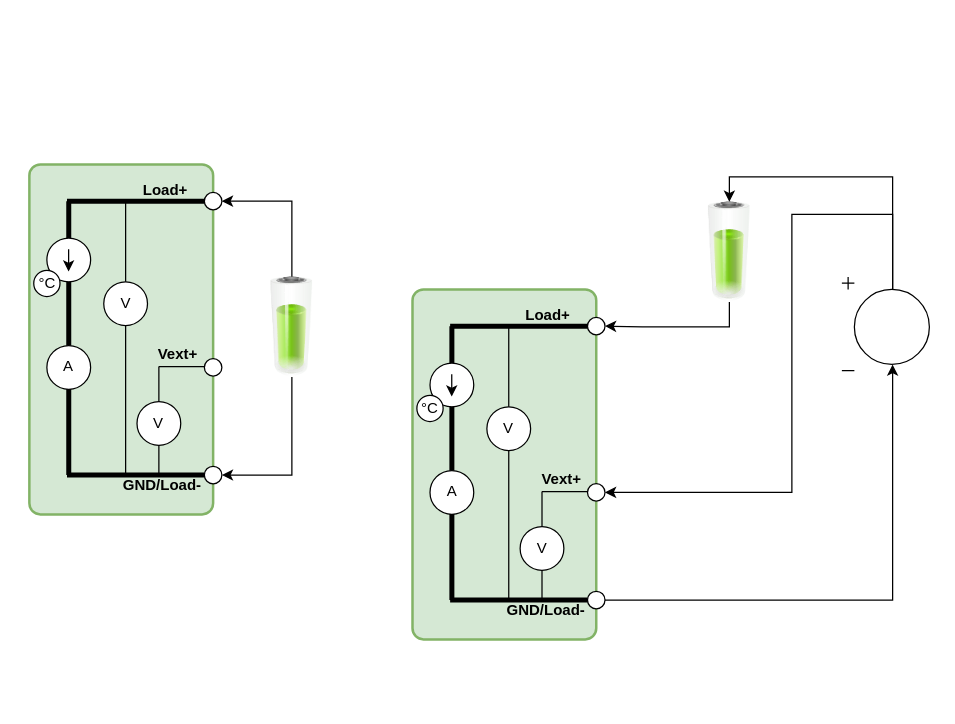
Above: page "Example Usecases" (3 of 3) of documentation/CCS-block-diagram.drawio in RedlabsDE/Digital-DC-Load (draw.io), before the change. Source tidied: cells renumbered, new cells numbered last; positions are measured from the earlier drawing's top-left corner, leaving out a move shared by most shapes. Both pictures are drawn from the tidied source at 125%, with x=0, y=0 at pixel (29, 164). Pictures stored in the file or linked from it are replaced by grey dashed boxes.
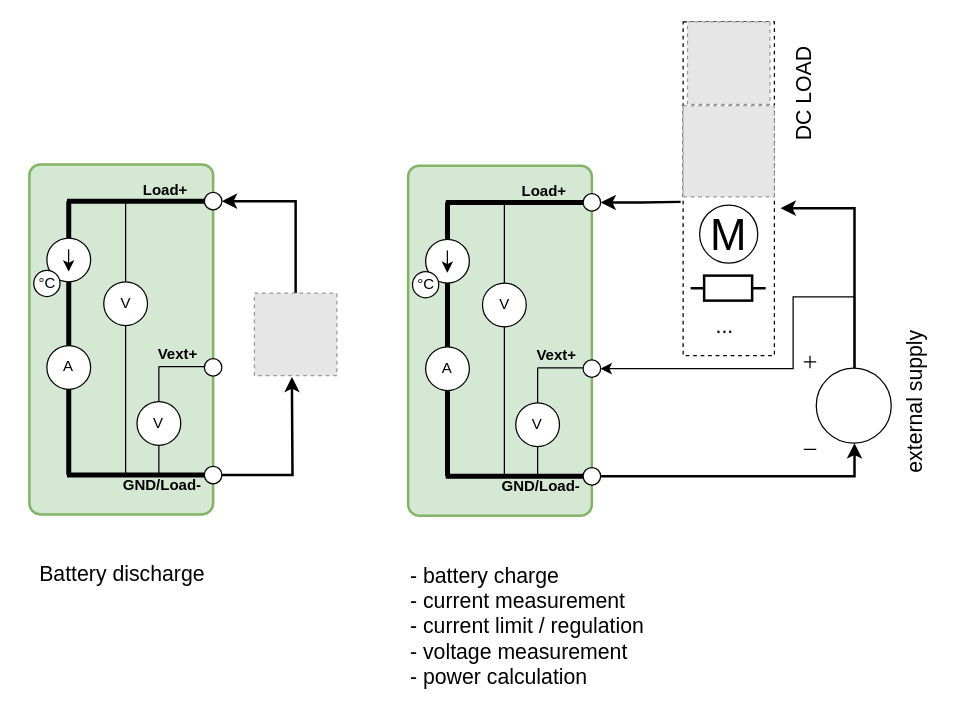
The same diagram, later.

The change refers to these unchanged cells:
```xml
<mxCell id="25" style="ellipse;whiteSpace=wrap;html=1;labelBackgroundColor=none;labelBorderColor=none;fontSize=10;fontColor=default;" parent="2" vertex="1">
  <mxGeometry x="140" y="22.4" width="14" height="14" as="geometry" />
</mxCell>
<mxCell id="27" style="ellipse;whiteSpace=wrap;html=1;labelBackgroundColor=none;labelBorderColor=none;fontSize=10;fontColor=default;" parent="2" vertex="1">
  <mxGeometry x="140" y="241.5" width="14" height="14" as="geometry" />
</mxCell>
<mxCell id="37" value="V" style="ellipse;whiteSpace=wrap;html=1;" parent="36" vertex="1">
  <mxGeometry width="35" height="35" as="geometry" />
</mxCell>
```

Change to the diagram source:
```diff
@@
-    <mxCell id="28" style="edgeStyle=orthogonalEdgeStyle;rounded=0;jettySize=auto;html=1;entryX=1;entryY=0.5;entryDx=0;entryDy=0;fontSize=10;fontColor=default;exitX=0.5;exitY=1;exitDx=0;exitDy=0;" parent="1" edge="1" source="30" target="27">
-      <mxGeometry relative="1" as="geometry" />
-    </mxCell>
-    <mxCell id="29" style="edgeStyle=orthogonalEdgeStyle;rounded=0;jettySize=auto;html=1;entryX=1;entryY=0.5;entryDx=0;entryDy=0;fontSize=10;fontColor=default;exitX=0.5;exitY=0;exitDx=0;exitDy=0;" parent="1" edge="1" source="30" target="25">
-      <mxGeometry relative="1" as="geometry" />
-    </mxCell>
-    <mxCell id="30" style="image;html=1;image=img/lib/clip_art/general/Battery_75_128x128.png;labelBackgroundColor=none;labelBorderColor=none;fontSize=10;fontColor=default;" parent="1" vertex="1">
-      <mxGeometry x="170" y="90" width="80" height="80" as="geometry" />
-    </mxCell>
-    <mxCell id="31" style="group;" parent="1" vertex="1">
-      <mxGeometry x="306.5" y="100" width="154" height="280" as="geometry" />
-    </mxCell>
+    <mxCell id="63" value="Battery discharge" style="text;html=1;align=center;verticalAlign=middle;strokeColor=none;fillColor=none;fontSize=17;" parent="1" vertex="1">
+      <mxGeometry x="-6" y="314" width="160" height="30" as="geometry" />
+    </mxCell>
+    <mxCell id="64" style="group;" parent="1" vertex="1">
+      <mxGeometry x="303" y="1" width="154" height="280" as="geometry" />
+    </mxCell>
-    <mxCell id="32" style="rounded=1;whiteSpace=wrap;html=1;strokeWidth=2;fillColor=#d5e8d4;strokeColor=#82b366;arcSize=6;" parent="31" vertex="1">
+    <mxCell id="32" style="rounded=1;whiteSpace=wrap;html=1;strokeWidth=2;fillColor=#d5e8d4;strokeColor=#82b366;arcSize=6;" parent="64" vertex="1">
       <mxGeometry width="147" height="280" as="geometry" />
     </mxCell>
-    <mxCell id="33" style="endArrow=none;html=1;strokeWidth=4;" parent="31" edge="1">
-      <mxGeometry relative="1" as="geometry">
-        <mxPoint x="150.5" y="248.5" as="sourcePoint" />
-        <mxPoint x="30.1" y="248.5" as="targetPoint" />
-      </mxGeometry>
-    </mxCell>
-    <mxCell id="34" style="endArrow=none;html=1;entryX=0.5;entryY=1;entryDx=0;entryDy=0;strokeWidth=4;" parent="31" edge="1">
-      <mxGeometry relative="1" as="geometry">
-        <mxPoint x="143.5" y="29.4" as="sourcePoint" />
-        <mxPoint x="30.1" y="29.4" as="targetPoint" />
-      </mxGeometry>
-    </mxCell>
-    <mxCell id="35" style="endArrow=none;html=1;strokeWidth=4;" parent="31" edge="1">
-      <mxGeometry relative="1" as="geometry">
-        <mxPoint x="31.5" y="248.5" as="sourcePoint" />
-        <mxPoint x="31.5" y="29.4" as="targetPoint" />
-      </mxGeometry>
-    </mxCell>
+    <mxCell id="65" style="endArrow=none;html=1;strokeWidth=4;" parent="64" edge="1">
+      <mxGeometry relative="1" as="geometry">
+        <mxPoint x="150.5" y="248.5" as="sourcePoint" />
+        <mxPoint x="30.1" y="248.5" as="targetPoint" />
+      </mxGeometry>
+    </mxCell>
+    <mxCell id="66" style="endArrow=none;html=1;entryX=0.5;entryY=1;entryDx=0;entryDy=0;strokeWidth=4;" parent="64" edge="1">
+      <mxGeometry relative="1" as="geometry">
+        <mxPoint x="143.5" y="29.4" as="sourcePoint" />
+        <mxPoint x="30.1" y="29.4" as="targetPoint" />
+      </mxGeometry>
+    </mxCell>
+    <mxCell id="67" style="endArrow=none;html=1;strokeWidth=4;" parent="64" edge="1">
+      <mxGeometry relative="1" as="geometry">
+        <mxPoint x="31.5" y="248.5" as="sourcePoint" />
+        <mxPoint x="31.5" y="29.4" as="targetPoint" />
+      </mxGeometry>
+    </mxCell>
-    <mxCell id="36" style="group;" parent="31" vertex="1">
+    <mxCell id="36" style="group;" parent="64" vertex="1">
       <mxGeometry x="59.5" y="93.9" width="35" height="35" as="geometry" />
     </mxCell>
@@
-    <mxCell id="38" style="endArrow=none;html=1;strokeWidth=1;exitX=0.5;exitY=0;exitDx=0;exitDy=0;" parent="31" edge="1" source="37">
-      <mxGeometry relative="1" as="geometry">
-        <mxPoint x="77" y="28.7" as="targetPoint" />
-      </mxGeometry>
-    </mxCell>
-    <mxCell id="39" style="endArrow=none;html=1;strokeWidth=1;entryX=0.5;entryY=1;entryDx=0;entryDy=0;" parent="31" edge="1" target="37">
-      <mxGeometry relative="1" as="geometry">
-        <mxPoint x="77" y="249.9" as="sourcePoint" />
-      </mxGeometry>
-    </mxCell>
-    <mxCell id="40" style="endArrow=none;html=1;strokeWidth=1;" parent="31" edge="1">
-      <mxGeometry relative="1" as="geometry">
-        <mxPoint x="143.5" y="161.7" as="sourcePoint" />
-        <mxPoint x="103.6" y="161.7" as="targetPoint" />
-      </mxGeometry>
-    </mxCell>
+    <mxCell id="68" style="endArrow=none;html=1;strokeWidth=1;exitX=0.5;exitY=0;exitDx=0;exitDy=0;" parent="64" edge="1" source="37">
+      <mxGeometry relative="1" as="geometry">
+        <mxPoint x="77" y="28.7" as="targetPoint" />
+      </mxGeometry>
+    </mxCell>
+    <mxCell id="69" style="endArrow=none;html=1;strokeWidth=1;entryX=0.5;entryY=1;entryDx=0;entryDy=0;" parent="64" edge="1" target="37">
+      <mxGeometry relative="1" as="geometry">
+        <mxPoint x="77" y="249.9" as="sourcePoint" />
+      </mxGeometry>
+    </mxCell>
+    <mxCell id="70" style="endArrow=none;html=1;strokeWidth=1;" parent="64" edge="1">
+      <mxGeometry relative="1" as="geometry">
+        <mxPoint x="143.5" y="161.7" as="sourcePoint" />
+        <mxPoint x="103.6" y="161.7" as="targetPoint" />
+      </mxGeometry>
+    </mxCell>
-    <mxCell id="41" style="group;" parent="31" vertex="1">
+    <mxCell id="41" style="group;" parent="64" vertex="1">
       <mxGeometry x="85.4" y="189.7" width="35" height="35" as="geometry" />
     </mxCell>
-    <mxCell id="42" style="endArrow=none;html=1;strokeWidth=1;" parent="41" edge="1">
-      <mxGeometry relative="1" as="geometry">
-        <mxPoint x="18.2" y="60.2" as="sourcePoint" />
-        <mxPoint x="18.2" y="-28" as="targetPoint" />
-      </mxGeometry>
-    </mxCell>
+    <mxCell id="71" style="endArrow=none;html=1;strokeWidth=1;" parent="41" edge="1">
+      <mxGeometry relative="1" as="geometry">
+        <mxPoint x="18.2" y="60.2" as="sourcePoint" />
+        <mxPoint x="18.2" y="-28" as="targetPoint" />
+      </mxGeometry>
+    </mxCell>
@@
-    <mxCell id="44" value="Load+" style="text;html=1;strokeColor=none;fillColor=none;align=center;verticalAlign=middle;whiteSpace=wrap;rounded=0;fontStyle=1;" parent="31" vertex="1">
+    <mxCell id="44" value="Load+" style="text;html=1;strokeColor=none;fillColor=none;align=center;verticalAlign=middle;whiteSpace=wrap;rounded=0;fontStyle=1;" parent="64" vertex="1">
       <mxGeometry x="94.5" y="14" width="28" height="14" as="geometry" />
     </mxCell>
-    <mxCell id="45" value="Vext+" style="text;html=1;strokeColor=none;fillColor=none;align=center;verticalAlign=middle;whiteSpace=wrap;rounded=0;fontStyle=1;" parent="31" vertex="1">
+    <mxCell id="45" value="Vext+" style="text;html=1;strokeColor=none;fillColor=none;align=center;verticalAlign=middle;whiteSpace=wrap;rounded=0;fontStyle=1;" parent="64" vertex="1">
       <mxGeometry x="105" y="144.9" width="28" height="14" as="geometry" />
     </mxCell>
-    <mxCell id="46" style="group;" parent="31" vertex="1">
+    <mxCell id="46" style="group;" parent="64" vertex="1">
       <mxGeometry x="14" y="144.9" width="35" height="35" as="geometry" />
     </mxCell>
@@
-    <mxCell id="48" style="group;" parent="31" vertex="1">
+    <mxCell id="48" style="group;" parent="64" vertex="1">
       <mxGeometry x="14" y="58.9" width="35" height="46.8" as="geometry" />
     </mxCell>
@@
-    <mxCell id="50" style="endArrow=classic;html=1;" parent="48" edge="1">
-      <mxGeometry relative="1" as="geometry">
-        <mxPoint x="17.4" y="9" as="sourcePoint" />
-        <mxPoint x="17.4" y="26.9" as="targetPoint" />
-      </mxGeometry>
-    </mxCell>
+    <mxCell id="72" style="endArrow=classic;html=1;" parent="48" edge="1">
+      <mxGeometry relative="1" as="geometry">
+        <mxPoint x="17.4" y="9" as="sourcePoint" />
+        <mxPoint x="17.4" y="26.9" as="targetPoint" />
+      </mxGeometry>
+    </mxCell>
@@
-    <mxCell id="53" value="GND/Load-" style="text;html=1;strokeColor=none;fillColor=none;align=center;verticalAlign=middle;whiteSpace=wrap;rounded=0;fontStyle=1;" parent="31" vertex="1">
+    <mxCell id="53" value="GND/Load-" style="text;html=1;strokeColor=none;fillColor=none;align=center;verticalAlign=middle;whiteSpace=wrap;rounded=0;fontStyle=1;" parent="64" vertex="1">
       <mxGeometry x="77" y="249.9" width="58.8" height="14" as="geometry" />
     </mxCell>
-    <mxCell id="54" style="ellipse;whiteSpace=wrap;html=1;labelBackgroundColor=none;labelBorderColor=none;fontSize=10;fontColor=default;" parent="31" vertex="1">
+    <mxCell id="54" style="ellipse;whiteSpace=wrap;html=1;labelBackgroundColor=none;labelBorderColor=none;fontSize=10;fontColor=default;" parent="64" vertex="1">
       <mxGeometry x="140" y="22.4" width="14" height="14" as="geometry" />
     </mxCell>
-    <mxCell id="55" style="ellipse;whiteSpace=wrap;html=1;labelBackgroundColor=none;labelBorderColor=none;fontSize=10;fontColor=default;" parent="31" vertex="1">
+    <mxCell id="55" style="ellipse;whiteSpace=wrap;html=1;labelBackgroundColor=none;labelBorderColor=none;fontSize=10;fontColor=default;" parent="64" vertex="1">
       <mxGeometry x="140" y="155.4" width="14" height="14" as="geometry" />
     </mxCell>
-    <mxCell id="56" style="ellipse;whiteSpace=wrap;html=1;labelBackgroundColor=none;labelBorderColor=none;fontSize=10;fontColor=default;" parent="31" vertex="1">
+    <mxCell id="56" style="ellipse;whiteSpace=wrap;html=1;labelBackgroundColor=none;labelBorderColor=none;fontSize=10;fontColor=default;" parent="64" vertex="1">
       <mxGeometry x="140" y="241.5" width="14" height="14" as="geometry" />
     </mxCell>
-    <mxCell id="57" style="edgeStyle=orthogonalEdgeStyle;rounded=0;jettySize=auto;html=1;entryX=1;entryY=0.5;entryDx=0;entryDy=0;fontSize=10;fontColor=default;exitX=0.5;exitY=1;exitDx=0;exitDy=0;" parent="1" edge="1" source="58" target="54">
-      <mxGeometry relative="1" as="geometry" />
-    </mxCell>
-    <mxCell id="58" style="image;html=1;image=img/lib/clip_art/general/Battery_75_128x128.png;labelBackgroundColor=none;labelBorderColor=none;fontSize=10;fontColor=default;" parent="1" vertex="1">
-      <mxGeometry x="520" y="30" width="80" height="80" as="geometry" />
-    </mxCell>
-    <mxCell id="59" style="edgeStyle=orthogonalEdgeStyle;rounded=0;jettySize=auto;html=1;entryX=0.5;entryY=0;entryDx=0;entryDy=0;fontSize=10;fontColor=default;exitX=0.58;exitY=0.135;exitDx=0;exitDy=0;exitPerimeter=0;" parent="1" edge="1" source="61" target="58">
-      <mxGeometry relative="1" as="geometry">
-        <Array as="points">
-          <mxPoint x="691" y="10" />
-          <mxPoint x="560" y="10" />
-        </Array>
-      </mxGeometry>
-    </mxCell>
-    <mxCell id="60" style="edgeStyle=orthogonalEdgeStyle;rounded=0;jettySize=auto;html=1;entryX=1;entryY=0.5;entryDx=0;entryDy=0;fontSize=10;fontColor=default;exitX=0.58;exitY=0.135;exitDx=0;exitDy=0;exitPerimeter=0;" parent="1" edge="1" source="61" target="55">
-      <mxGeometry relative="1" as="geometry">
-        <Array as="points">
-          <mxPoint x="691" y="40" />
-          <mxPoint x="610" y="40" />
-          <mxPoint x="610" y="262" />
-        </Array>
-      </mxGeometry>
-    </mxCell>
-    <mxCell id="61" style="verticalLabelPosition=bottom;shadow=0;dashed=0;align=center;html=1;verticalAlign=top;shape=mxgraph.electrical.signal_sources.dc_source_1;labelBackgroundColor=none;labelBorderColor=none;fontSize=10;fontColor=default;" parent="1" vertex="1">
-      <mxGeometry x="650" y="90" width="70" height="75" as="geometry" />
-    </mxCell>
-    <mxCell id="62" style="edgeStyle=orthogonalEdgeStyle;rounded=0;jettySize=auto;html=1;entryX=0.58;entryY=0.935;entryDx=0;entryDy=0;entryPerimeter=0;fontSize=10;fontColor=default;" parent="1" edge="1" source="56" target="61">
-      <mxGeometry relative="1" as="geometry" />
-    </mxCell>
+    <mxCell id="73" style="edgeStyle=orthogonalEdgeStyle;rounded=0;jettySize=auto;html=1;strokeWidth=2;fontSize=17;exitX=0.58;exitY=0.135;exitDx=0;exitDy=0;exitPerimeter=0;" parent="1" edge="1" source="75">
+      <mxGeometry relative="1" as="geometry">
+        <mxPoint x="601" y="35" as="targetPoint" />
+        <Array as="points">
+          <mxPoint x="660" y="35" />
+        </Array>
+      </mxGeometry>
+    </mxCell>
+    <mxCell id="74" style="edgeStyle=orthogonalEdgeStyle;rounded=0;jettySize=auto;html=1;entryX=1;entryY=0.5;entryDx=0;entryDy=0;strokeWidth=1;fontSize=17;exitX=0.58;exitY=0.135;exitDx=0;exitDy=0;exitPerimeter=0;" parent="1" edge="1" source="75" target="55">
+      <mxGeometry relative="1" as="geometry">
+        <Array as="points">
+          <mxPoint x="660" y="106" />
+          <mxPoint x="611" y="106" />
+          <mxPoint x="611" y="163" />
+        </Array>
+      </mxGeometry>
+    </mxCell>
+    <mxCell id="75" style="verticalLabelPosition=bottom;shadow=0;dashed=0;align=center;html=1;verticalAlign=top;shape=mxgraph.electrical.signal_sources.dc_source_1;labelBackgroundColor=none;labelBorderColor=none;fontSize=10;fontColor=default;" parent="1" vertex="1">
+      <mxGeometry x="619.5" y="153" width="70" height="75" as="geometry" />
+    </mxCell>
+    <mxCell id="76" style="edgeStyle=orthogonalEdgeStyle;rounded=0;jettySize=auto;html=1;entryX=0.58;entryY=0.935;entryDx=0;entryDy=0;entryPerimeter=0;fontSize=10;fontColor=default;strokeWidth=2;" parent="1" edge="1" source="56" target="75">
+      <mxGeometry relative="1" as="geometry" />
+    </mxCell>
+    <mxCell id="77" value="&lt;div&gt;- battery charge&lt;br&gt;&lt;/div&gt;&lt;div&gt;- current measurement&lt;/div&gt;&lt;div&gt;- current limit / regulation&lt;/div&gt;&lt;div&gt;- voltage measurement&lt;/div&gt;&lt;div&gt;- power calculation&lt;br&gt;&lt;/div&gt;" style="text;html=1;align=left;verticalAlign=middle;strokeColor=none;fillColor=none;fontSize=17;" parent="1" vertex="1">
+      <mxGeometry x="303" y="310" width="210" height="120" as="geometry" />
+    </mxCell>
+    <mxCell id="78" value="external supply" style="text;html=1;align=center;verticalAlign=middle;strokeColor=none;fillColor=none;fontSize=17;rotation=-90;" parent="1" vertex="1">
+      <mxGeometry x="639" y="175.5" width="140" height="30" as="geometry" />
+    </mxCell>
+    <mxCell id="79" style="edgeStyle=orthogonalEdgeStyle;rounded=0;jettySize=auto;html=1;entryX=0.5;entryY=1;entryDx=0;entryDy=0;fontSize=17;strokeWidth=2;" parent="1" edge="1" source="27">
+      <mxGeometry relative="1" as="geometry">
+        <mxPoint x="210" y="170" as="targetPoint" />
+      </mxGeometry>
+    </mxCell>
+    <mxCell id="80" style="edgeStyle=orthogonalEdgeStyle;rounded=0;jettySize=auto;html=1;entryX=1;entryY=0.5;entryDx=0;entryDy=0;strokeWidth=2;fontSize=17;" parent="1" edge="1" target="54">
+      <mxGeometry relative="1" as="geometry">
+        <mxPoint x="521" y="30" as="sourcePoint" />
+      </mxGeometry>
+    </mxCell>
+    <mxCell id="81" value="DC LOAD" style="text;html=1;align=center;verticalAlign=middle;strokeColor=none;fillColor=none;fontSize=17;rotation=-90;" parent="1" vertex="1">
+      <mxGeometry x="571" y="-71" width="100" height="30" as="geometry" />
+    </mxCell>
+    <mxCell id="82" style="group;strokeColor=default;dashed=1;" parent="1" vertex="1">
+      <mxGeometry x="523" y="-114" width="73" height="267" as="geometry" />
+    </mxCell>
+    <mxCell id="83" style="group;strokeColor=none;dashed=1;" parent="82" vertex="1">
+      <mxGeometry y="67" width="73" height="200" as="geometry" />
+    </mxCell>
+    <mxCell id="84" style="fillColor=#E6E6E6;strokeColor=#999999;dashed=1;html=1;verticalAlign=top;verticalLabelPosition=bottom;labelBackgroundColor=#ffffff;fontSize=17;" parent="83" vertex="1">
+      <mxGeometry width="73" height="73" as="geometry" />
+    </mxCell>
+    <mxCell id="85" value="M" style="verticalLabelPosition=middle;shadow=0;dashed=0;align=center;html=1;verticalAlign=middle;strokeWidth=1;shape=ellipse;fontSize=35;" parent="83" vertex="1">
+      <mxGeometry x="13.2" y="79.5" width="46.5" height="46.5" as="geometry" />
+    </mxCell>
+    <mxCell id="86" value="..." style="text;html=1;align=center;verticalAlign=middle;strokeColor=none;fillColor=none;fontSize=17;" parent="83" vertex="1">
+      <mxGeometry x="13.2" y="162" width="40" height="30" as="geometry" />
+    </mxCell>
+    <mxCell id="87" style="verticalLabelPosition=bottom;shadow=0;dashed=0;align=center;html=1;verticalAlign=top;shape=mxgraph.electrical.resistors.resistor_1;strokeWidth=2;fontSize=17;" parent="83" vertex="1">
+      <mxGeometry x="6" y="136" width="60" height="20" as="geometry" />
+    </mxCell>
+    <mxCell id="88" style="fillColor=#E6E6E6;strokeColor=#999999;dashed=1;html=1;verticalAlign=top;verticalLabelPosition=bottom;labelBackgroundColor=#ffffff;fontSize=17;" parent="82" vertex="1">
+      <mxGeometry x="3.5" width="66" height="66" as="geometry" />
+    </mxCell>
+    <mxCell id="89" style="edgeStyle=orthogonalEdgeStyle;rounded=0;jettySize=auto;html=1;entryX=1;entryY=0.5;entryDx=0;entryDy=0;strokeWidth=2;fontSize=17;exitX=1;exitY=0.5;exitDx=0;exitDy=0;" parent="1" edge="1" source="90" target="25">
+      <mxGeometry relative="1" as="geometry" />
+    </mxCell>
+    <mxCell id="90" style="fillColor=#E6E6E6;strokeColor=#999999;dashed=1;html=1;verticalAlign=top;verticalLabelPosition=bottom;labelBackgroundColor=#ffffff;fontSize=17;rotation=-90;" parent="1" vertex="1">
+      <mxGeometry x="180" y="103" width="66" height="66" as="geometry" />
+    </mxCell>
```
